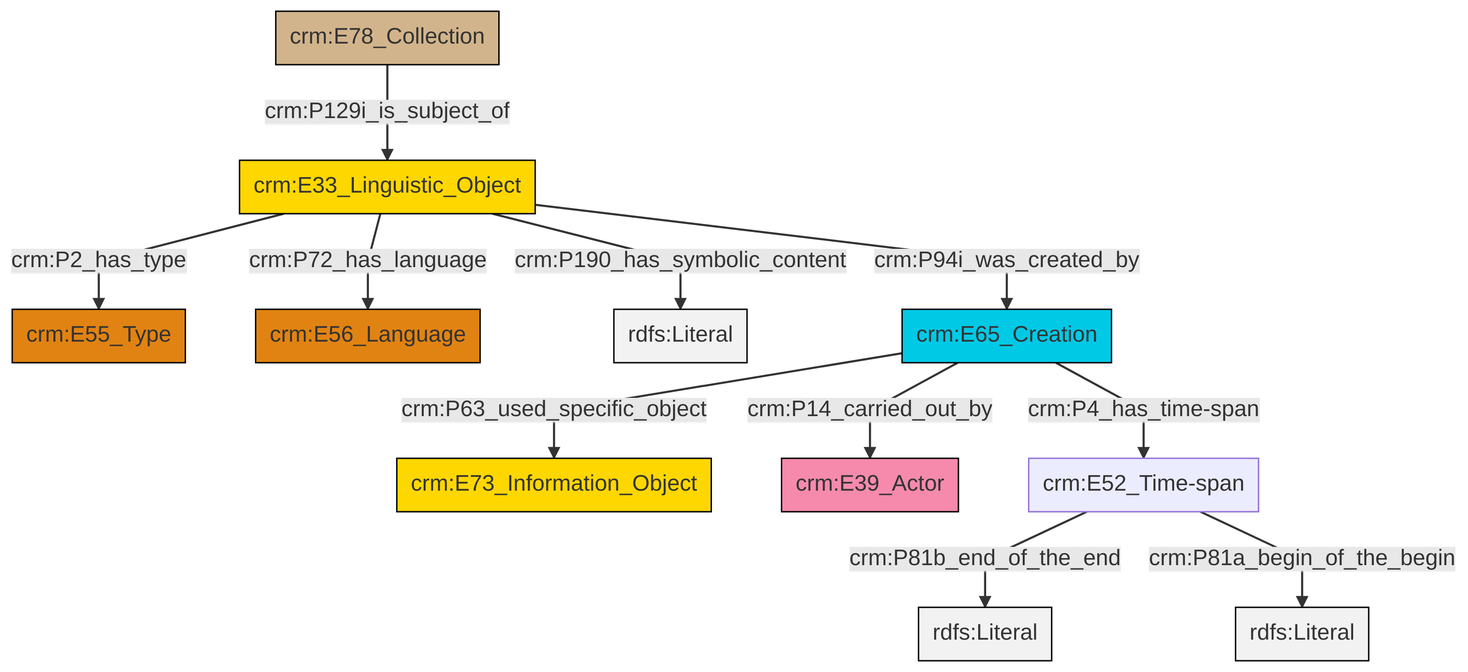
Earlier version of the Mermaid export et/archivalCSV/ttl/mmd/png/archival_desc.png (swiss-art-research-net/docs.swissartresearch). Its source is kept beside it as et/archivalCSV/ttl/mmd/archival_desc.ttl.mmd.
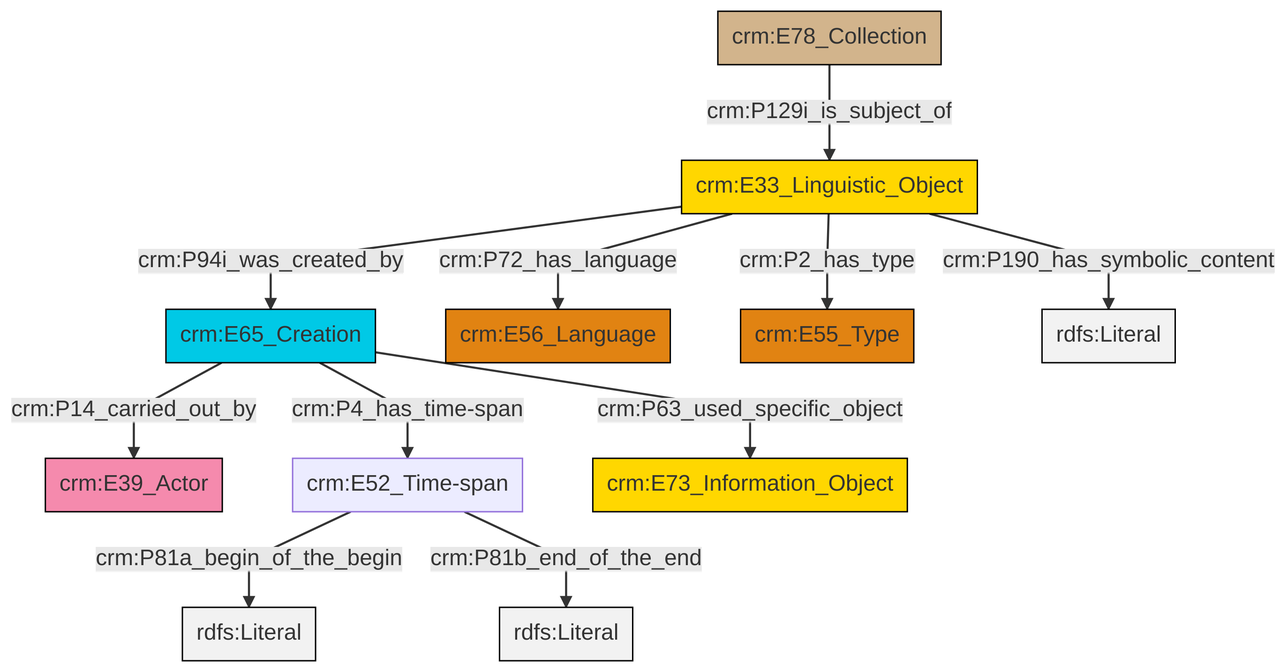
Above is the later version.

Diff of the diagram source:
```diff
@@ -13,13 +13,13 @@
 classDef PC_Classes fill:#4ce600, stroke:#000000;
 classDef Multi fill:#cccccc,stroke:#000000;
 
-0["crm:E33_Linguistic_Object"]:::Conceptual_Object -->|crm:P2_has_type| 1["crm:E55_Type"]:::Type
-0["crm:E33_Linguistic_Object"]:::Conceptual_Object -->|crm:P190_has_symbolic_content| 6[rdfs:Literal]:::Literal
-7["crm:E65_Creation"]:::Temporal_Entity -->|crm:P14_carried_out_by| 8["crm:E39_Actor"]:::Actor
-0["crm:E33_Linguistic_Object"]:::Conceptual_Object -->|crm:P72_has_language| 4["crm:E56_Language"]:::Type
-7["crm:E65_Creation"]:::Temporal_Entity -->|crm:P63_used_specific_object| 2["crm:E73_Information_Object"]:::Conceptual_Object
-10["crm:E52_Time-span"]:::Default -->|crm:P81b_end_of_the_end| 13[rdfs:Literal]:::Literal
-0["crm:E33_Linguistic_Object"]:::Conceptual_Object -->|crm:P94i_was_created_by| 7["crm:E65_Creation"]:::Temporal_Entity
-7["crm:E65_Creation"]:::Temporal_Entity -->|crm:P4_has_time-span| 10["crm:E52_Time-span"]:::Default
-14["crm:E78_Collection"]:::Physical_Thing -->|crm:P129i_is_subject_of| 0["crm:E33_Linguistic_Object"]:::Conceptual_Object
-10["crm:E52_Time-span"]:::Default -->|crm:P81a_begin_of_the_begin| 16[rdfs:Literal]:::Literal
+0["crm:E65_Creation"]:::Temporal_Entity -->|crm:P14_carried_out_by| 1["crm:E39_Actor"]:::Actor
+5["crm:E33_Linguistic_Object"]:::Conceptual_Object -->|crm:P94i_was_created_by| 0["crm:E65_Creation"]:::Temporal_Entity
+5["crm:E33_Linguistic_Object"]:::Conceptual_Object -->|crm:P72_has_language| 6["crm:E56_Language"]:::Type
+0["crm:E65_Creation"]:::Temporal_Entity -->|crm:P63_used_specific_object| 11["crm:E73_Information_Object"]:::Conceptual_Object
+0["crm:E65_Creation"]:::Temporal_Entity -->|crm:P4_has_time-span| 3["crm:E52_Time-span"]:::Default
+3["crm:E52_Time-span"]:::Default -->|crm:P81a_begin_of_the_begin| 12[rdfs:Literal]:::Literal
+5["crm:E33_Linguistic_Object"]:::Conceptual_Object -->|crm:P190_has_symbolic_content| 13[rdfs:Literal]:::Literal
+5["crm:E33_Linguistic_Object"]:::Conceptual_Object -->|crm:P2_has_type| 8["crm:E55_Type"]:::Type
+3["crm:E52_Time-span"]:::Default -->|crm:P81b_end_of_the_end| 18[rdfs:Literal]:::Literal
+15["crm:E78_Collection"]:::Physical_Thing -->|crm:P129i_is_subject_of| 5["crm:E33_Linguistic_Object"]:::Conceptual_Object
```
